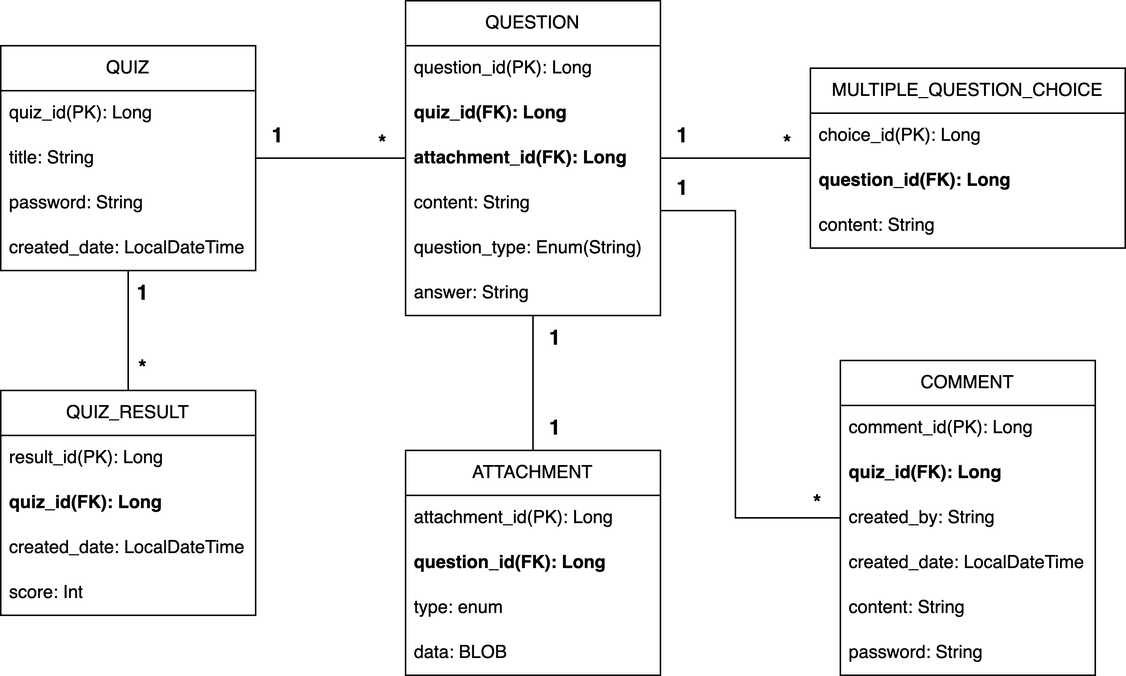
Above: readme-img/harpseal_domain_model.png in mynameisjaehoon/harpseal-backend (draw.io), before the change. Source tidied: cells renumbered, new cells last; positions are measured from the earlier drawing's top-left corner, leaving out a move shared by most shapes.
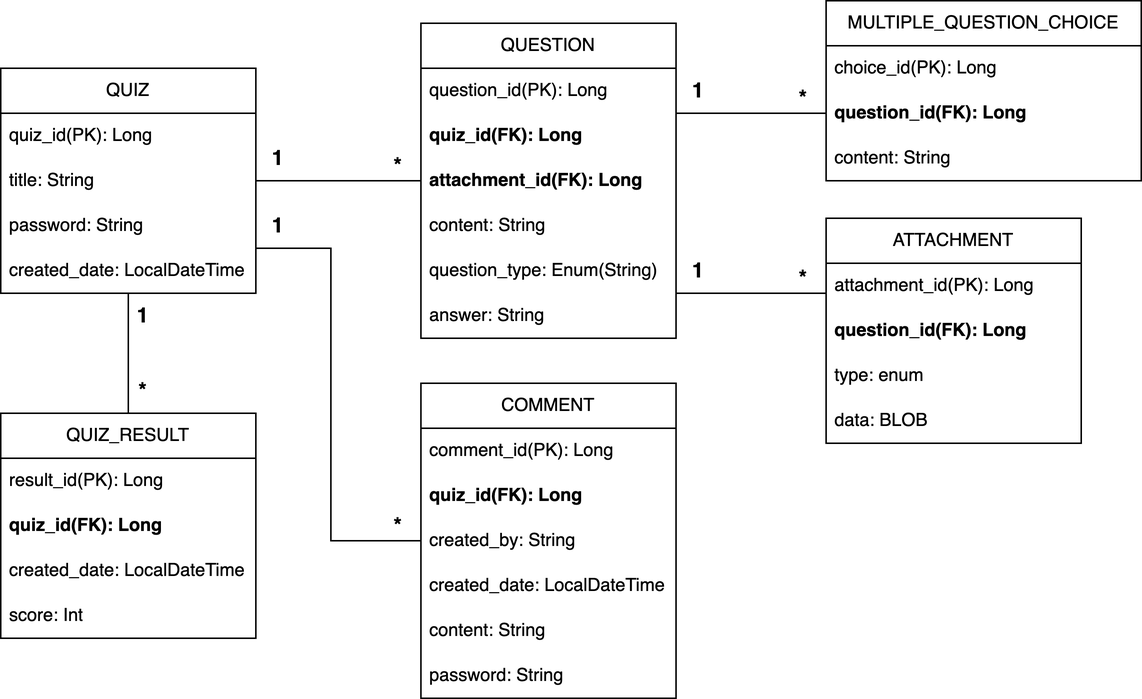
Above is the later version.

Commit message:
docs: 도메인 모델 이미지 오류 수정

Diff of the diagram source:
```diff
@@ -18,7 +18,7 @@
       <mxGeometry y="120" width="170" height="30" as="geometry" />
     </mxCell>
     <mxCell id="7" value="QUESTION" style="swimlane;fontStyle=0;horizontal=1;startSize=30;whiteSpace=wrap;html=1;" parent="1" vertex="1">
-      <mxGeometry x="270" width="170" height="210" as="geometry" />
+      <mxGeometry x="280" width="170" height="210" as="geometry" />
     </mxCell>
     <mxCell id="8" value="question_id(PK): Long" style="text;strokeColor=none;fillColor=none;align=left;verticalAlign=middle;spacingLeft=4;spacingRight=4;overflow=hidden;whiteSpace=wrap;html=1;" parent="7" vertex="1">
       <mxGeometry y="30" width="170" height="30" as="geometry" />
@@ -45,10 +45,10 @@
       <mxGeometry x="170" y="75" width="30" height="30" as="geometry" />
     </mxCell>
     <mxCell id="16" value="*" style="text;html=1;strokeColor=none;fillColor=none;align=center;verticalAlign=middle;whiteSpace=wrap;rounded=0;fontSize=14;fontStyle=1;" parent="1" vertex="1">
-      <mxGeometry x="240" y="80" width="30" height="30" as="geometry" />
+      <mxGeometry x="250" y="85" width="30" height="20" as="geometry" />
     </mxCell>
     <mxCell id="17" value="MULTIPLE_QUESTION_CHOICE" style="swimlane;fontStyle=0;horizontal=1;startSize=30;whiteSpace=wrap;html=1;" parent="1" vertex="1">
-      <mxGeometry x="540" y="45" width="210" height="120" as="geometry" />
+      <mxGeometry x="550" y="-15" width="210" height="120" as="geometry" />
     </mxCell>
     <mxCell id="18" value="choice_id(PK): Long" style="text;strokeColor=none;fillColor=none;align=left;verticalAlign=middle;spacingLeft=4;spacingRight=4;overflow=hidden;whiteSpace=wrap;html=1;" parent="17" vertex="1">
       <mxGeometry y="30" width="210" height="30" as="geometry" />
@@ -59,19 +59,8 @@
     <mxCell id="20" value="content: String" style="text;strokeColor=none;fillColor=none;align=left;verticalAlign=middle;spacingLeft=4;spacingRight=4;overflow=hidden;whiteSpace=wrap;html=1;" parent="17" vertex="1">
       <mxGeometry y="90" width="210" height="30" as="geometry" />
     </mxCell>
-    <mxCell id="21" style="endArrow=none;html=1;rounded=0;endFill=0;startArrow=none;startFill=0;" parent="1" edge="1" target="17">
-      <mxGeometry relative="1" as="geometry">
-        <mxPoint x="440" y="105" as="sourcePoint" />
-      </mxGeometry>
-    </mxCell>
-    <mxCell id="22" value="1" style="text;html=1;strokeColor=none;fillColor=none;align=center;verticalAlign=middle;whiteSpace=wrap;rounded=0;fontSize=14;fontStyle=1;" parent="1" vertex="1">
-      <mxGeometry x="440" y="75" width="30" height="30" as="geometry" />
-    </mxCell>
-    <mxCell id="23" value="*" style="text;html=1;strokeColor=none;fillColor=none;align=center;verticalAlign=middle;whiteSpace=wrap;rounded=0;fontSize=14;fontStyle=1;" parent="1" vertex="1">
-      <mxGeometry x="510" y="80" width="30" height="30" as="geometry" />
-    </mxCell>
     <mxCell id="24" value="ATTACHMENT" style="swimlane;fontStyle=0;horizontal=1;startSize=30;whiteSpace=wrap;html=1;" parent="1" vertex="1">
-      <mxGeometry x="270" y="300" width="170" height="150" as="geometry" />
+      <mxGeometry x="550" y="130" width="170" height="150" as="geometry" />
     </mxCell>
     <mxCell id="25" value="attachment_id(PK): Long" style="text;strokeColor=none;fillColor=none;align=left;verticalAlign=middle;spacingLeft=4;spacingRight=4;overflow=hidden;whiteSpace=wrap;html=1;" parent="24" vertex="1">
       <mxGeometry y="30" width="170" height="30" as="geometry" />
@@ -85,17 +74,8 @@
     <mxCell id="28" value="data: BLOB" style="text;strokeColor=none;fillColor=none;align=left;verticalAlign=middle;spacingLeft=4;spacingRight=4;overflow=hidden;whiteSpace=wrap;html=1;" parent="24" vertex="1">
       <mxGeometry y="120" width="170" height="30" as="geometry" />
     </mxCell>
-    <mxCell id="29" style="endArrow=none;html=1;rounded=0;endFill=0;startArrow=none;startFill=0;" parent="1" edge="1" source="13" target="24">
-      <mxGeometry relative="1" as="geometry" />
-    </mxCell>
-    <mxCell id="30" value="1" style="text;html=1;strokeColor=none;fillColor=none;align=center;verticalAlign=middle;whiteSpace=wrap;rounded=0;fontSize=14;fontStyle=1;" parent="1" vertex="1">
-      <mxGeometry x="355" y="210" width="30" height="30" as="geometry" />
-    </mxCell>
-    <mxCell id="31" value="1" style="text;html=1;strokeColor=none;fillColor=none;align=center;verticalAlign=middle;whiteSpace=wrap;rounded=0;fontSize=14;fontStyle=1;" parent="1" vertex="1">
-      <mxGeometry x="355" y="270" width="30" height="30" as="geometry" />
-    </mxCell>
     <mxCell id="32" value="COMMENT" style="swimlane;fontStyle=0;horizontal=1;startSize=30;whiteSpace=wrap;html=1;" parent="1" vertex="1">
-      <mxGeometry x="560" y="240" width="170" height="210" as="geometry" />
+      <mxGeometry x="280" y="240" width="170" height="210" as="geometry" />
     </mxCell>
     <mxCell id="33" value="comment_id(PK): Long" style="text;strokeColor=none;fillColor=none;align=left;verticalAlign=middle;spacingLeft=4;spacingRight=4;overflow=hidden;whiteSpace=wrap;html=1;" parent="32" vertex="1">
       <mxGeometry y="30" width="170" height="30" as="geometry" />
@@ -115,21 +95,6 @@
     <mxCell id="38" value="password: String" style="text;strokeColor=none;fillColor=none;align=left;verticalAlign=middle;spacingLeft=4;spacingRight=4;overflow=hidden;whiteSpace=wrap;html=1;" parent="32" vertex="1">
       <mxGeometry y="180" width="170" height="30" as="geometry" />
     </mxCell>
-    <mxCell id="39" style="endArrow=none;html=1;rounded=0;endFill=0;startArrow=none;startFill=0;" parent="1" edge="1" target="32">
-      <mxGeometry relative="1" as="geometry">
-        <mxPoint x="440" y="140" as="sourcePoint" />
-        <Array as="points">
-          <mxPoint x="490" y="140" />
-          <mxPoint x="490" y="345" />
-        </Array>
-      </mxGeometry>
-    </mxCell>
-    <mxCell id="40" value="1" style="text;html=1;strokeColor=none;fillColor=none;align=center;verticalAlign=middle;whiteSpace=wrap;rounded=0;fontSize=14;fontStyle=1;" parent="1" vertex="1">
-      <mxGeometry x="440" y="110" width="30" height="30" as="geometry" />
-    </mxCell>
-    <mxCell id="41" value="*" style="text;html=1;strokeColor=none;fillColor=none;align=center;verticalAlign=middle;whiteSpace=wrap;rounded=0;fontSize=14;fontStyle=1;" parent="1" vertex="1">
-      <mxGeometry x="530" y="320" width="30" height="30" as="geometry" />
-    </mxCell>
     <mxCell id="42" value="QUIZ_RESULT" style="swimlane;fontStyle=0;horizontal=1;startSize=30;whiteSpace=wrap;html=1;" parent="1" vertex="1">
       <mxGeometry y="260" width="170" height="150" as="geometry" />
     </mxCell>
@@ -154,5 +119,45 @@
     <mxCell id="49" value="*" style="text;html=1;strokeColor=none;fillColor=none;align=center;verticalAlign=middle;whiteSpace=wrap;rounded=0;fontSize=14;fontStyle=1;" parent="1" vertex="1">
       <mxGeometry x="80" y="230" width="30" height="30" as="geometry" />
     </mxCell>
+    <mxCell id="50" style="endArrow=none;html=1;rounded=0;" parent="1" edge="1" target="32">
+      <mxGeometry relative="1" as="geometry">
+        <mxPoint x="170" y="150" as="sourcePoint" />
+        <Array as="points">
+          <mxPoint x="200" y="150" />
+          <mxPoint x="220" y="150" />
+          <mxPoint x="220" y="345" />
+        </Array>
+      </mxGeometry>
+    </mxCell>
+    <mxCell id="51" value="1" style="text;html=1;strokeColor=none;fillColor=none;align=center;verticalAlign=middle;whiteSpace=wrap;rounded=0;fontSize=14;fontStyle=1;" parent="1" vertex="1">
+      <mxGeometry x="170" y="120" width="30" height="30" as="geometry" />
+    </mxCell>
+    <mxCell id="52" value="*" style="text;html=1;strokeColor=none;fillColor=none;align=center;verticalAlign=middle;whiteSpace=wrap;rounded=0;fontSize=14;fontStyle=1;" parent="1" vertex="1">
+      <mxGeometry x="250" y="325" width="30" height="20" as="geometry" />
+    </mxCell>
+    <mxCell id="53" style="endArrow=none;html=1;rounded=0;" parent="1" edge="1">
+      <mxGeometry relative="1" as="geometry">
+        <mxPoint x="450" y="60" as="sourcePoint" />
+        <mxPoint x="550" y="60" as="targetPoint" />
+      </mxGeometry>
+    </mxCell>
+    <mxCell id="54" style="endArrow=none;html=1;rounded=0;" parent="1" edge="1">
+      <mxGeometry relative="1" as="geometry">
+        <mxPoint x="450" y="180" as="sourcePoint" />
+        <mxPoint x="550" y="180" as="targetPoint" />
+      </mxGeometry>
+    </mxCell>
+    <mxCell id="55" value="1" style="text;html=1;strokeColor=none;fillColor=none;align=center;verticalAlign=middle;whiteSpace=wrap;rounded=0;fontSize=14;fontStyle=1;" parent="1" vertex="1">
+      <mxGeometry x="450" y="30" width="30" height="30" as="geometry" />
+    </mxCell>
+    <mxCell id="56" value="*" style="text;html=1;strokeColor=none;fillColor=none;align=center;verticalAlign=middle;whiteSpace=wrap;rounded=0;fontSize=14;fontStyle=1;" parent="1" vertex="1">
+      <mxGeometry x="520" y="40" width="30" height="20" as="geometry" />
+    </mxCell>
+    <mxCell id="57" value="1" style="text;html=1;strokeColor=none;fillColor=none;align=center;verticalAlign=middle;whiteSpace=wrap;rounded=0;fontSize=14;fontStyle=1;" parent="1" vertex="1">
+      <mxGeometry x="450" y="150" width="30" height="30" as="geometry" />
+    </mxCell>
+    <mxCell id="58" value="*" style="text;html=1;strokeColor=none;fillColor=none;align=center;verticalAlign=middle;whiteSpace=wrap;rounded=0;fontSize=14;fontStyle=1;" parent="1" vertex="1">
+      <mxGeometry x="520" y="160" width="30" height="20" as="geometry" />
+    </mxCell>
   </root>
 </mxGraphModel>
```
